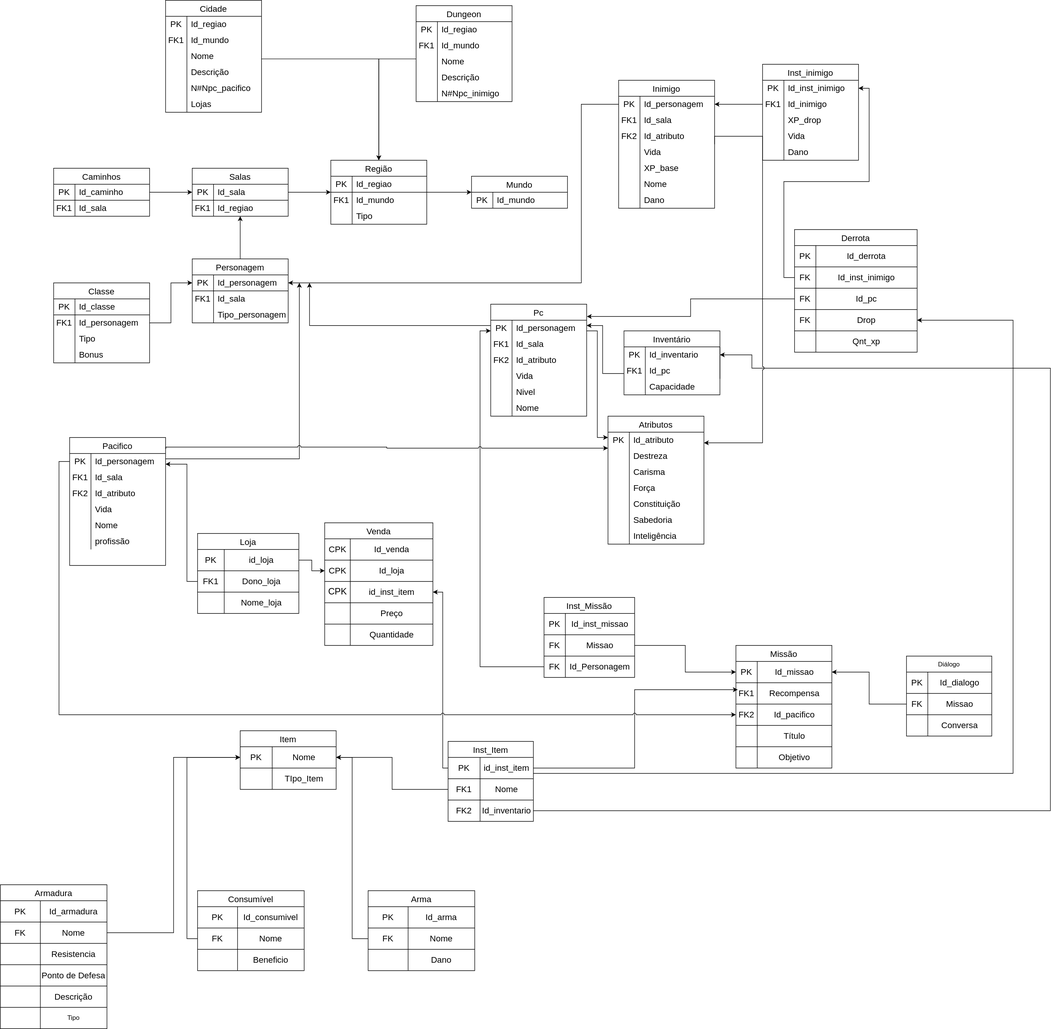
Earlier version of the draw.io export docs/modulo_01/MER.drawio.svg (SBD1/2024.2-D-D-classico). Source tidied: cells renumbered, new cells last; positions are measured from the earlier drawing's top-left corner, leaving out a move shared by most shapes.
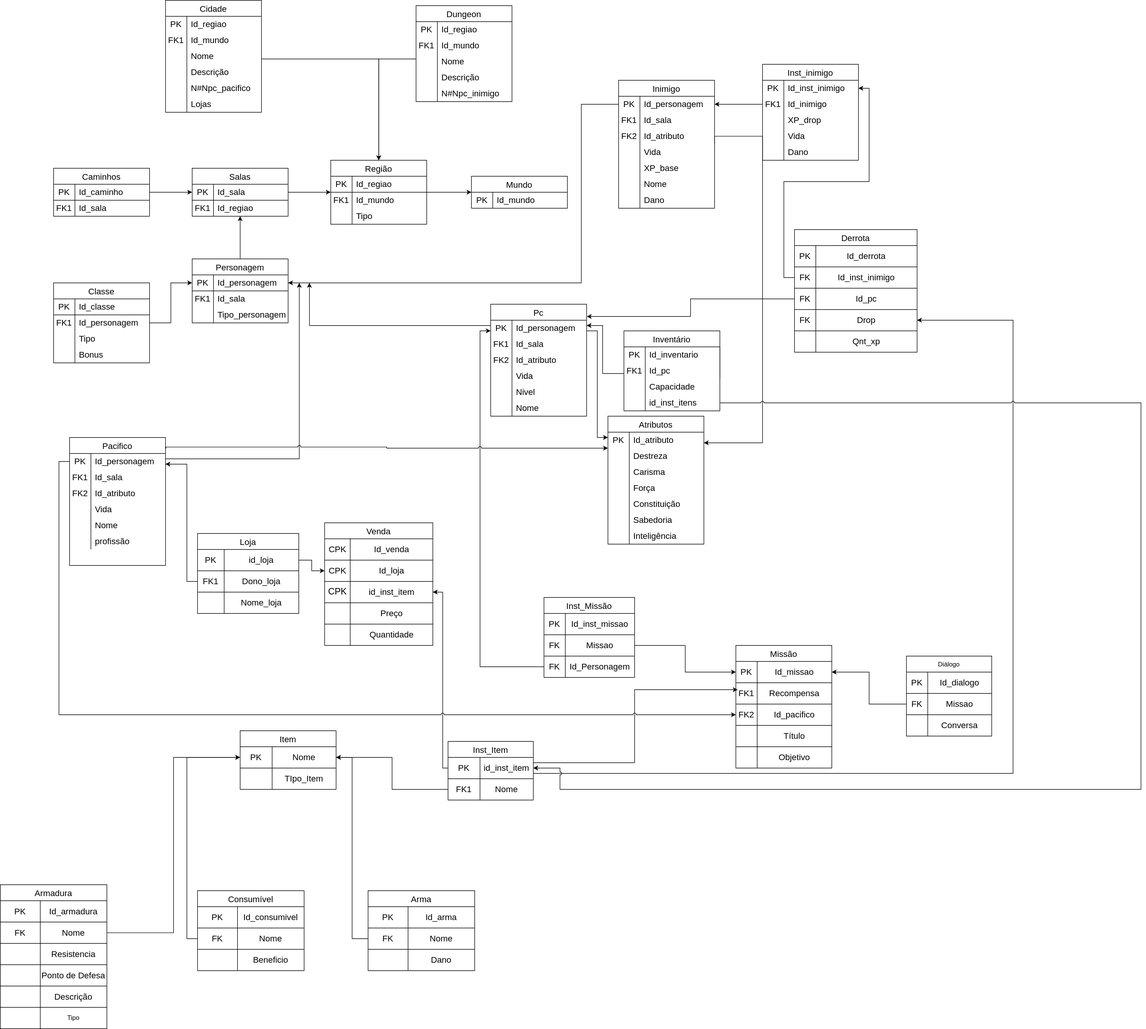
The same diagram one commit later.

What changed in the source:
```diff
@@ -163,7 +163,7 @@
       <mxGeometry x="360" y="540" width="180" height="10" as="geometry" />
     </mxCell>
     <mxCell id="51" value="Inventário" style="shape=table;startSize=30;rowLines=0;fontStyle=0;strokeColor=default;fontSize=16;" parent="1" vertex="1">
-      <mxGeometry x="1170" y="620" width="180" height="120" as="geometry" />
+      <mxGeometry x="1170" y="620" width="180" height="150" as="geometry" />
     </mxCell>
     <mxCell id="52" style="shape=tableRow;horizontal=0;startSize=0;swimlaneHead=0;swimlaneBody=0;top=0;left=0;bottom=0;right=0;fillColor=none;points=[[0,0.5],[1,0.5]];portConstraint=eastwest;strokeColor=inherit;fontSize=16;" parent="51" vertex="1">
       <mxGeometry y="30" width="180" height="30" as="geometry" />
@@ -195,6 +195,15 @@
     <mxCell id="61" value="Capacidade" style="shape=partialRectangle;html=1;whiteSpace=wrap;fillColor=none;top=0;left=0;bottom=0;right=0;align=left;spacingLeft=6;overflow=hidden;strokeColor=inherit;fontSize=16;" parent="59" vertex="1">
       <mxGeometry x="40" width="140" height="30" as="geometry" />
     </mxCell>
+    <mxCell id="367" style="shape=tableRow;horizontal=0;startSize=0;swimlaneHead=0;swimlaneBody=0;top=0;left=0;bottom=0;right=0;fillColor=none;points=[[0,0.5],[1,0.5]];portConstraint=eastwest;strokeColor=inherit;fontSize=16;" parent="51" vertex="1">
+      <mxGeometry y="120" width="180" height="30" as="geometry" />
+    </mxCell>
+    <mxCell id="368" style="shape=partialRectangle;html=1;whiteSpace=wrap;fillColor=none;top=0;left=0;bottom=0;right=0;overflow=hidden;strokeColor=inherit;fontSize=16;" parent="367" vertex="1">
+      <mxGeometry width="40" height="30" as="geometry" />
+    </mxCell>
+    <mxCell id="369" value="id_inst_itens" style="shape=partialRectangle;html=1;whiteSpace=wrap;fillColor=none;top=0;left=0;bottom=0;right=0;align=left;spacingLeft=6;overflow=hidden;strokeColor=inherit;fontSize=16;" parent="367" vertex="1">
+      <mxGeometry x="40" width="140" height="30" as="geometry" />
+    </mxCell>
     <mxCell id="62" value="Inst_inimigo" style="shape=table;startSize=30;rowLines=0;fontStyle=0;strokeColor=default;fontSize=16;" parent="1" vertex="1">
       <mxGeometry x="1430" y="120" width="180" height="180" as="geometry" />
     </mxCell>
@@ -328,7 +337,7 @@
       </mxGeometry>
     </mxCell>
     <mxCell id="104" value="Inst_Item" style="shape=table;startSize=30;fontSize=16;" parent="1" vertex="1">
-      <mxGeometry x="840" y="1390" width="160" height="150" as="geometry" />
+      <mxGeometry x="840" y="1390" width="160" height="110" as="geometry" />
     </mxCell>
     <mxCell id="105" style="shape=tableRow;horizontal=0;startSize=0;swimlaneHead=0;swimlaneBody=0;strokeColor=inherit;top=0;left=0;bottom=0;right=0;fillColor=none;points=[[0,0.5],[1,0.5]];portConstraint=eastwest;" parent="104" vertex="1">
       <mxGeometry y="30" width="160" height="40" as="geometry" />
@@ -348,15 +357,6 @@
     <mxCell id="110" value="&lt;font style=&quot;font-size: 16px;&quot;&gt;Nome&lt;br&gt;&lt;/font&gt;" style="shape=partialRectangle;html=1;whiteSpace=wrap;strokeColor=inherit;overflow=hidden;fillColor=none;top=0;left=0;bottom=0;right=0;" parent="108" vertex="1">
       <mxGeometry x="60" width="100" height="40" as="geometry" />
     </mxCell>
-    <mxCell id="111" style="shape=tableRow;horizontal=0;startSize=0;swimlaneHead=0;swimlaneBody=0;strokeColor=inherit;top=0;left=0;bottom=0;right=0;fillColor=none;points=[[0,0.5],[1,0.5]];portConstraint=eastwest;" parent="104" vertex="1">
-      <mxGeometry y="110" width="160" height="40" as="geometry" />
-    </mxCell>
-    <mxCell id="112" value="&lt;font style=&quot;font-size: 16px;&quot;&gt;FK2&lt;br&gt;&lt;/font&gt;" style="shape=partialRectangle;html=1;whiteSpace=wrap;strokeColor=inherit;overflow=hidden;fillColor=none;top=0;left=0;bottom=0;right=0;" parent="111" vertex="1">
-      <mxGeometry width="60" height="40" as="geometry" />
-    </mxCell>
-    <mxCell id="113" value="&lt;font style=&quot;font-size: 16px;&quot;&gt;Id_inventario&lt;br&gt;&lt;/font&gt;" style="shape=partialRectangle;html=1;whiteSpace=wrap;strokeColor=inherit;overflow=hidden;fillColor=none;top=0;left=0;bottom=0;right=0;" parent="111" vertex="1">
-      <mxGeometry x="60" width="100" height="40" as="geometry" />
-    </mxCell>
     <mxCell id="114" value="Venda" style="shape=table;startSize=30;fontSize=16;" parent="1" vertex="1">
       <mxGeometry x="608.5" y="980" width="203" height="230" as="geometry" />
     </mxCell>
@@ -1120,7 +1120,12 @@
       </mxGeometry>
     </mxCell>
     <mxCell id="357" style="edgeStyle=orthogonalEdgeStyle;rounded=0;jettySize=auto;html=1;entryX=0.019;entryY=0.328;entryDx=0;entryDy=0;entryPerimeter=0;" parent="1" edge="1" source="105" target="286">
-      <mxGeometry relative="1" as="geometry" />
+      <mxGeometry relative="1" as="geometry">
+        <Array as="points">
+          <mxPoint x="1190" y="1430" />
+          <mxPoint x="1190" y="1293" />
+        </Array>
+      </mxGeometry>
     </mxCell>
     <mxCell id="358" style="edgeStyle=orthogonalEdgeStyle;rounded=0;jettySize=auto;html=1;exitX=0;exitY=0.5;exitDx=0;exitDy=0;entryX=0;entryY=0.5;entryDx=0;entryDy=0;jumpStyle=arc;" parent="1" edge="1" source="239" target="289">
       <mxGeometry relative="1" as="geometry" />
@@ -1146,16 +1151,6 @@
         </Array>
       </mxGeometry>
     </mxCell>
-    <mxCell id="362" style="edgeStyle=orthogonalEdgeStyle;rounded=0;jettySize=auto;html=1;entryX=1;entryY=0.5;entryDx=0;entryDy=0;" parent="1" edge="1" source="111" target="52">
-      <mxGeometry relative="1" as="geometry">
-        <Array as="points">
-          <mxPoint x="1970" y="1520" />
-          <mxPoint x="1970" y="690" />
-          <mxPoint x="1410" y="690" />
-          <mxPoint x="1410" y="665" />
-        </Array>
-      </mxGeometry>
-    </mxCell>
     <mxCell id="363" style="edgeStyle=orthogonalEdgeStyle;rounded=0;jettySize=auto;html=1;jumpStyle=arc;exitX=1.004;exitY=0.088;exitDx=0;exitDy=0;exitPerimeter=0;" parent="1" edge="1" source="238" target="220">
       <mxGeometry relative="1" as="geometry">
         <Array as="points">
@@ -1179,5 +1174,15 @@
     <mxCell id="366" style="edgeStyle=orthogonalEdgeStyle;rounded=0;jettySize=auto;html=1;entryX=1.002;entryY=0.11;entryDx=0;entryDy=0;entryPerimeter=0;" parent="1" edge="1" source="137" target="197">
       <mxGeometry relative="1" as="geometry" />
     </mxCell>
+    <mxCell id="370" style="edgeStyle=orthogonalEdgeStyle;rounded=0;jettySize=auto;html=1;entryX=1;entryY=0.5;entryDx=0;entryDy=0;jumpStyle=arc;" parent="1" edge="1" source="367" target="105">
+      <mxGeometry relative="1" as="geometry">
+        <Array as="points">
+          <mxPoint x="2140" y="755" />
+          <mxPoint x="2140" y="1480" />
+          <mxPoint x="1050" y="1480" />
+          <mxPoint x="1050" y="1440" />
+        </Array>
+      </mxGeometry>
+    </mxCell>
   </root>
 </mxGraphModel>
```
